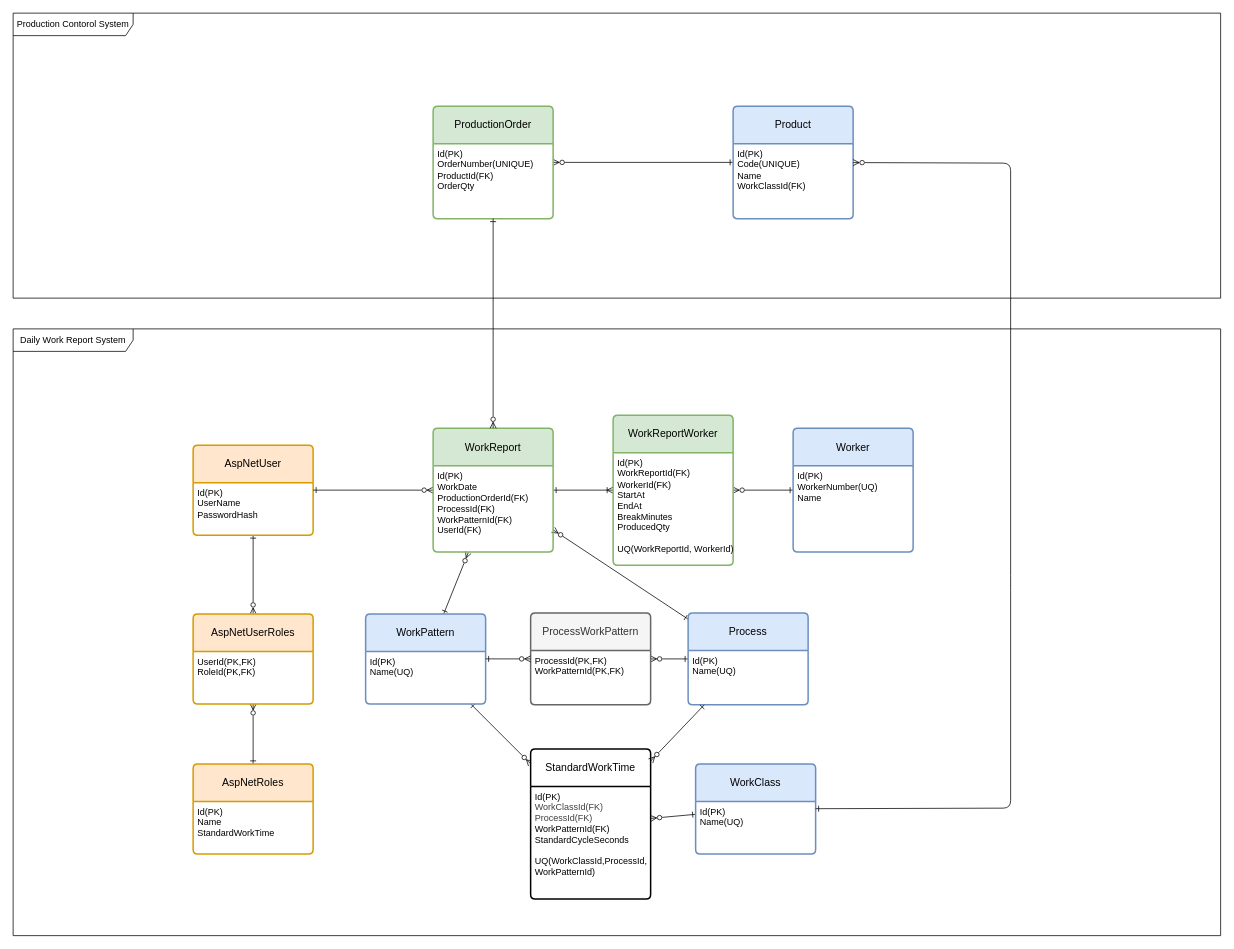
junyatanak/work-report-system keeps this draw.io diagram as docs/er.drawio. Above is the earlier version. Source tidied: cells renumbered, new cells numbered last; positions are measured from the earlier drawing's top-left corner, leaving out a move shared by most shapes. Both pictures are drawn from the tidied source at 75%, with x=0, y=0 at pixel (13, 13).
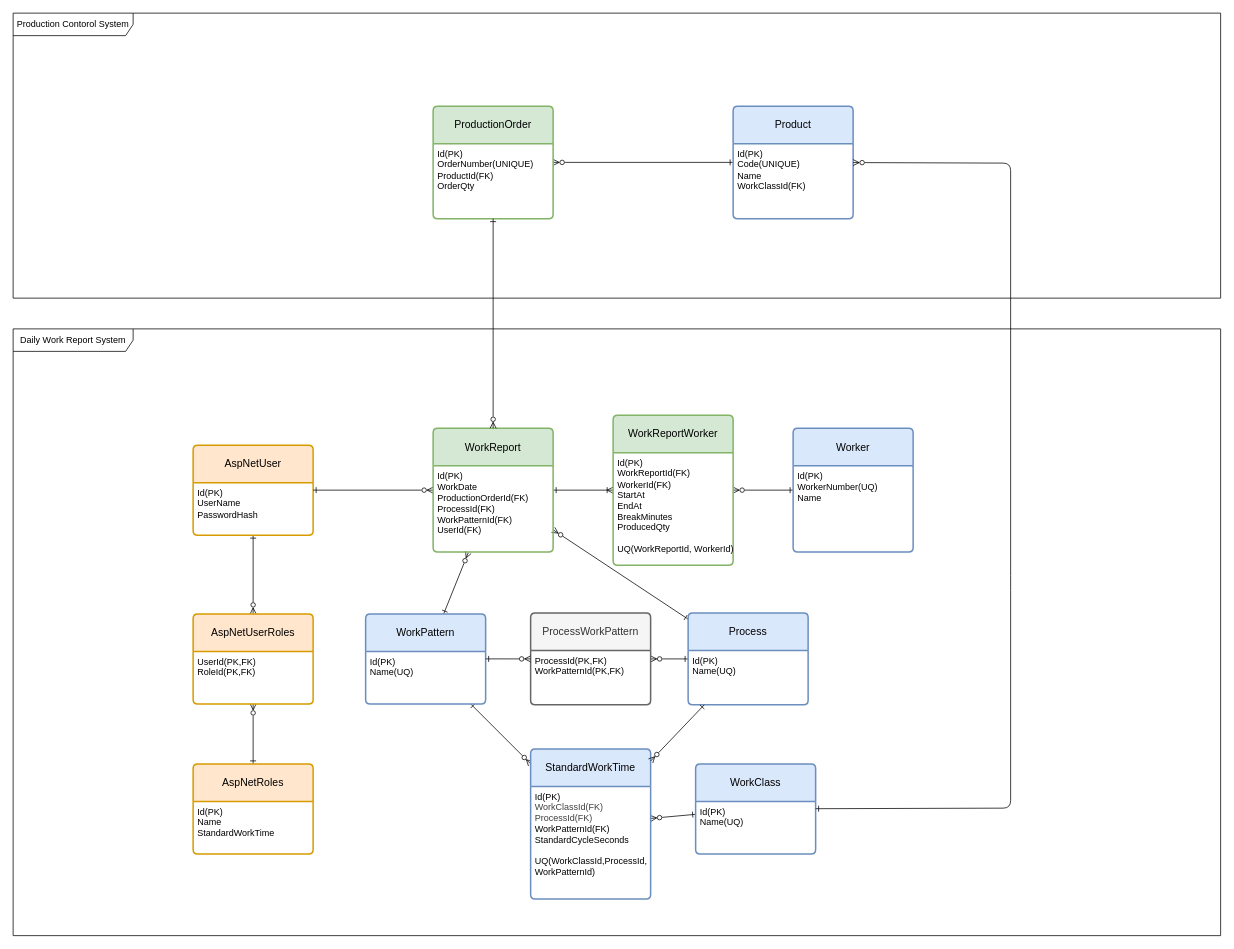
After the change.

Commit message:
colored er diagram

Unchanged cells that the change refers to:
```xml
<mxCell id="2" value="Daily Work Report System" style="shape=umlFrame;whiteSpace=wrap;html=1;width=160;" parent="1" vertex="1">
  <mxGeometry y="421" width="1610" height="809" as="geometry" />
</mxCell>
```

Diff of the diagram source:
```diff
@@
-    <mxCell id="27" value="StandardWorkTime" style="swimlane;horizontal=1;startSize=50;rounded=1;fontSize=14;fontStyle=0;strokeWidth=2;shadow=0;dashed=0;align=center;arcSize=4;whiteSpace=wrap;html=1;" parent="2" vertex="1">
+    <mxCell id="27" value="StandardWorkTime" style="swimlane;horizontal=1;startSize=50;rounded=1;fontSize=14;fontStyle=0;strokeWidth=2;shadow=0;dashed=0;align=center;arcSize=4;whiteSpace=wrap;html=1;fillColor=#dae8fc;strokeColor=#6c8ebf;" parent="2" vertex="1">
       <mxGeometry x="690" y="560" width="160" height="200" as="geometry" />
     </mxCell>
```
